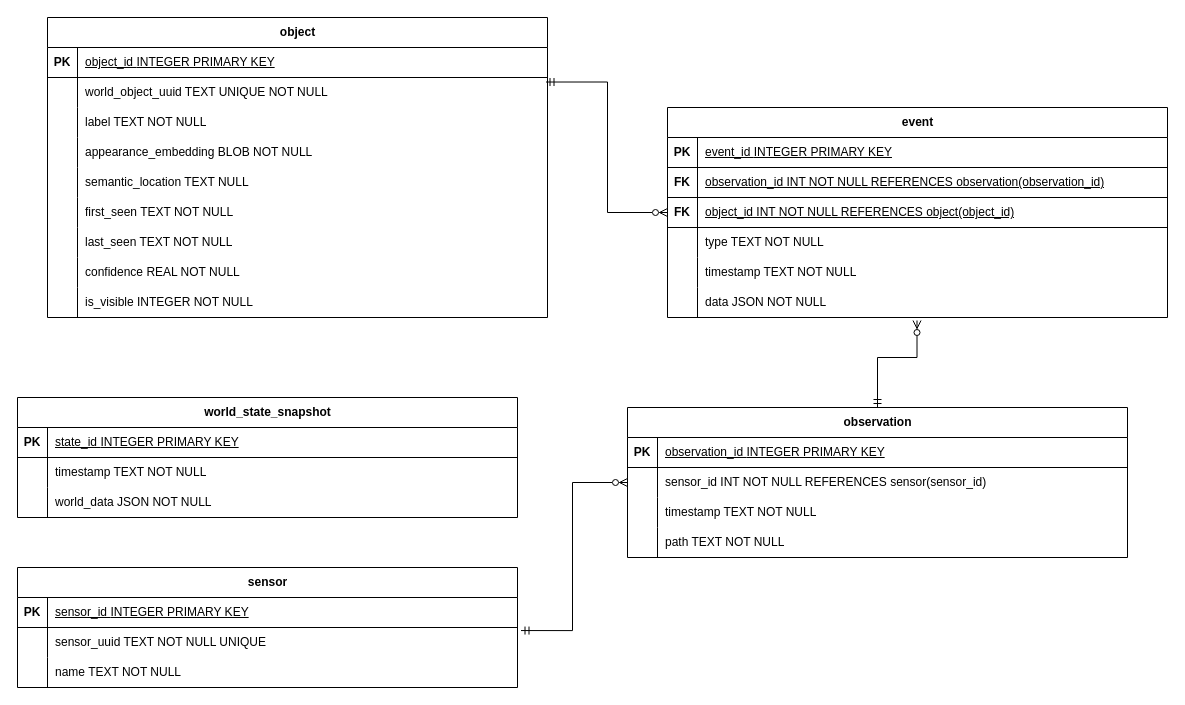
Above: artifacts/database_diagram.drawio in EgoChaxs/space-observer (draw.io), before the change. Source tidied: cells renumbered, new cells numbered last; positions are measured from the earlier drawing's top-left corner, leaving out a move shared by most shapes. Both pictures are drawn from the tidied source at 100%, with x=0, y=0 at pixel (17, 17).
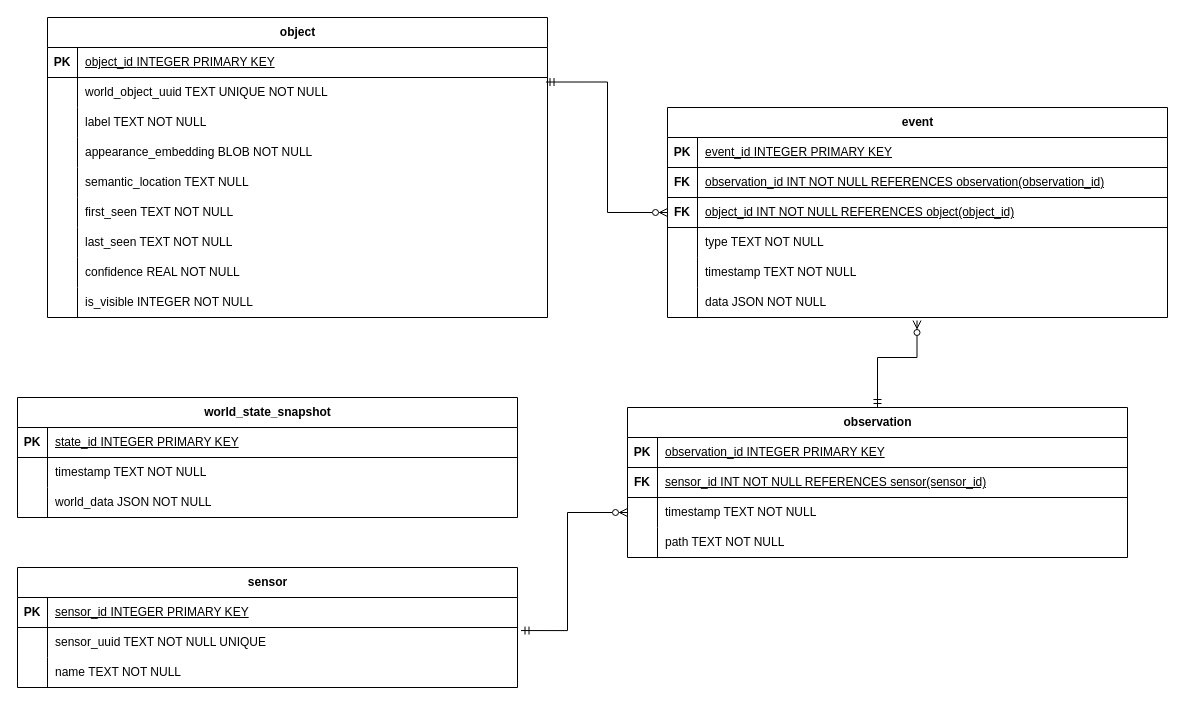
Above is the later version.

Commit message:
fix(artifacts, db): add FK to foreign key column

The change refers to these unchanged cells:
```xml
<mxCell id="21" value="observation" style="shape=table;startSize=30;childLayout=tableLayout;rowLines=0;fontStyle=1;align=center;html=1;" parent="1" vertex="1">
  <mxGeometry x="610" y="390" width="500" height="150" as="geometry" />
</mxCell>
<mxCell id="78" style="shape=tableRow;horizontal=0;startSize=0;swimlaneHead=0;swimlaneBody=0;fillColor=none;points=[[0,0.5],[1,0.5]];portConstraint=eastwest;top=0;left=0;right=0;bottom=0;" parent="74" vertex="1">
  <mxGeometry y="60" width="500" height="30" as="geometry" />
</mxCell>
```

The edit, as a diff of the source:
```diff
@@
-    <mxCell id="25" style="shape=tableRow;horizontal=0;startSize=0;swimlaneHead=0;swimlaneBody=0;fillColor=none;points=[[0,0.5],[1,0.5]];portConstraint=eastwest;top=0;left=0;right=0;bottom=0;" parent="21" vertex="1">
-      <mxGeometry y="60" width="500" height="30" as="geometry" />
-    </mxCell>
-    <mxCell id="26" style="shape=partialRectangle;fillColor=none;top=0;left=0;bottom=0;right=0;overflow=hidden;whiteSpace=wrap;html=1;" parent="25" vertex="1">
-      <mxGeometry width="30" height="30" as="geometry" />
-    </mxCell>
+    <mxCell id="85" style="shape=tableRow;horizontal=0;startSize=0;swimlaneHead=0;swimlaneBody=0;fillColor=none;top=0;left=0;right=0;bottom=1;" parent="21" vertex="1">
+      <mxGeometry y="60" width="500" height="30" as="geometry" />
+    </mxCell>
+    <mxCell id="86" value="FK" style="shape=partialRectangle;fillColor=none;top=0;left=0;bottom=0;right=0;fontStyle=1;overflow=hidden;whiteSpace=wrap;html=1;" parent="85" vertex="1">
+      <mxGeometry width="30" height="30" as="geometry" />
+    </mxCell>
-    <mxCell id="27" value="sensor_id INT NOT NULL REFERENCES sensor(sensor_id)" style="shape=partialRectangle;fillColor=none;top=0;left=0;bottom=0;right=0;align=left;spacingLeft=6;overflow=hidden;whiteSpace=wrap;html=1;" parent="25" vertex="1">
+    <mxCell id="27" value="&lt;span style=&quot;font-weight: 400;&quot;&gt;sensor_id INT NOT NULL REFERENCES sensor(sensor_id)&lt;/span&gt;" style="shape=partialRectangle;fillColor=none;top=0;left=0;bottom=0;right=0;align=left;spacingLeft=6;fontStyle=5;overflow=hidden;whiteSpace=wrap;html=1;" parent="85" vertex="1">
       <mxGeometry x="30" width="470" height="30" as="geometry" />
     </mxCell>
@@
-    <mxCell id="84" style="edgeStyle=orthogonalEdgeStyle;rounded=0;jettySize=auto;html=1;exitX=0;exitY=0.5;exitDx=0;exitDy=0;entryX=1.007;entryY=0.102;entryDx=0;entryDy=0;entryPerimeter=0;startArrow=ERzeroToMany;startFill=0;endArrow=ERmandOne;endFill=0;" parent="1" edge="1" source="25" target="78">
-      <mxGeometry relative="1" as="geometry" />
+    <mxCell id="84" style="edgeStyle=orthogonalEdgeStyle;rounded=0;jettySize=auto;html=1;exitX=0;exitY=0.5;exitDx=0;exitDy=0;entryX=1.007;entryY=0.102;entryDx=0;entryDy=0;entryPerimeter=0;startArrow=ERzeroToMany;startFill=0;endArrow=ERmandOne;endFill=0;" parent="1" edge="1" target="78">
+      <mxGeometry relative="1" as="geometry">
+        <mxPoint x="610" y="495" as="sourcePoint" />
+        <Array as="points">
+          <mxPoint x="550" y="495" />
+          <mxPoint x="550" y="613.1" />
+        </Array>
+      </mxGeometry>
     </mxCell>
```
